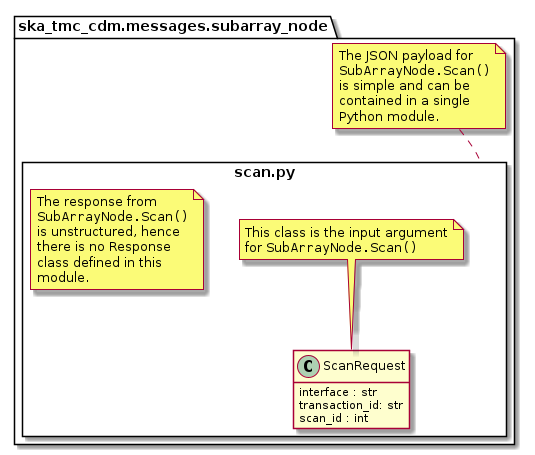
Earlier version of the PlantUML export docs/src/developer/subarraynode/scan.png (ska-telescope/cdm-shared-library).
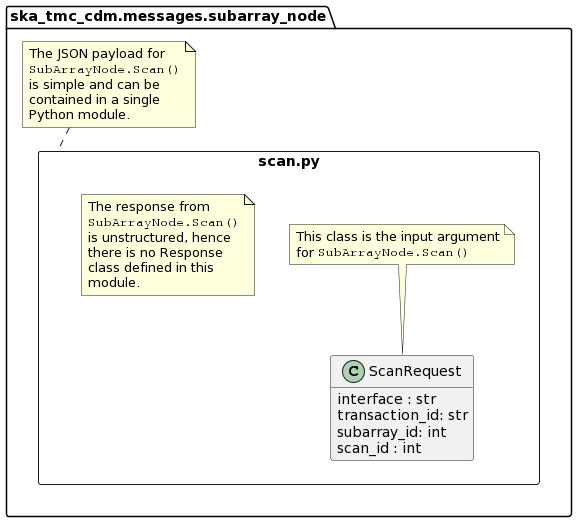
The same diagram one commit later.

Commit message:
NAK-657 Updated document as per latest schema

What changed in the source:
```diff
@@ -1,11 +1,13 @@
 @startuml
 hide empty members
 
+set separator none
 package ska_tmc_cdm.messages.subarray_node {
 	package scan.py <<Rectangle>> {
 		class ScanRequest {
 			interface : str
 			transaction_id: str
+			subarray_id: int
             scan_id : int
 	  	}
 		note top of ScanRequest
@@ -31,5 +33,4 @@
 		Python module.
 	end note
 }
-
 @enduml
```
